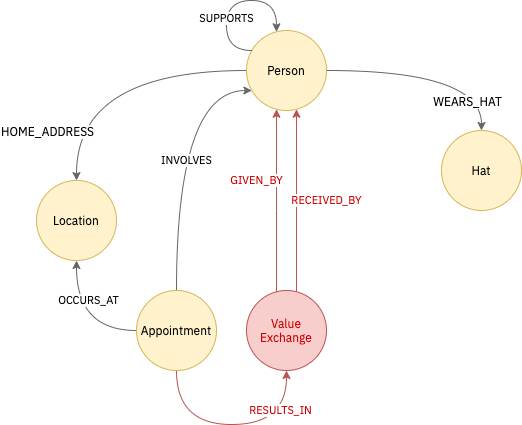
Earlier version of the draw.io export .gitbook/assets/graph-schema-overview.png (equalcarecoop/eccoo-tech-docs). Source tidied: cells renumbered, new cells last; positions are measured from the earlier drawing's top-left corner, leaving out a move shared by most shapes.
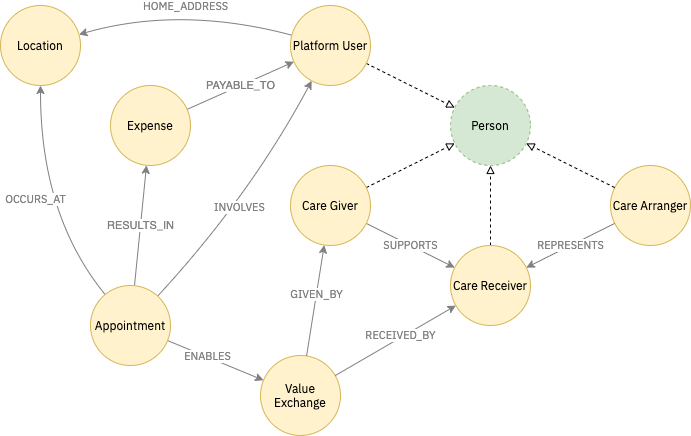
The same file after the commit.

Commit message:
GitBook: [master] 49 pages and one asset modified

Diff of the diagram source:
```diff
@@ -2,78 +2,86 @@
   <root>
     <mxCell id="0" />
     <mxCell id="1" parent="0" />
-    <mxCell id="2" style="edgeStyle=orthogonalEdgeStyle;jettySize=auto;html=1;curved=1;fontFamily=IBM Plex Sans;fillColor=#f5f5f5;strokeColor=#666666;" parent="1" edge="1" source="6" target="7">
-      <mxGeometry relative="1" as="geometry" />
-    </mxCell>
-    <mxCell id="3" value="WEARS_HAT" style="text;html=1;align=center;verticalAlign=middle;labelBackgroundColor=#ffffff;fontFamily=IBM Plex Sans;" parent="2" vertex="1">
-      <mxGeometry x="-0.01" y="-63" relative="1" as="geometry">
-        <mxPoint x="34" y="-33" as="offset" />
-      </mxGeometry>
-    </mxCell>
-    <mxCell id="4" style="edgeStyle=orthogonalEdgeStyle;curved=1;jettySize=auto;html=1;fontFamily=IBM Plex Sans;fillColor=#f5f5f5;strokeColor=#666666;" parent="1" edge="1" source="6" target="13">
-      <mxGeometry relative="1" as="geometry" />
+    <mxCell id="4" value="HOME_ADDRESS" style="jettySize=auto;html=1;fontFamily=IBM Plex Sans;fillColor=#f5f5f5;strokeColor=#808080;curved=1;fontColor=#808080;" parent="1" edge="1" source="7" target="13">
+      <mxGeometry relative="1" as="geometry">
+        <Array as="points">
+          <mxPoint x="200" />
+        </Array>
+      </mxGeometry>
     </mxCell>
-    <mxCell id="5" value="HOME_ADDRESS" style="text;html=1;align=center;verticalAlign=middle;labelBackgroundColor=#ffffff;fontFamily=IBM Plex Sans;" parent="4" vertex="1">
-      <mxGeometry x="-0.1" y="17" relative="1" as="geometry">
-        <mxPoint x="-74" y="43" as="offset" />
-      </mxGeometry>
-    </mxCell>
-    <mxCell id="6" value="Person" style="ellipse;whiteSpace=wrap;html=1;fontFamily=IBM Plex Sans;FType=g;fillColor=#fff2cc;strokeColor=#d6b656;" parent="1" vertex="1">
-      <mxGeometry x="210" y="30" width="80" height="80" as="geometry" />
-    </mxCell>
+    <mxCell id="17" style="jettySize=auto;html=1;endArrow=block;endFill=0;dashed=1;" parent="1" edge="1" source="7" target="22">
+      <mxGeometry relative="1" as="geometry" />
+    </mxCell>
+    <mxCell id="18" style="jettySize=auto;html=1;endArrow=block;endFill=0;dashed=1;" parent="1" edge="1" source="6" target="22">
+      <mxGeometry relative="1" as="geometry" />
+    </mxCell>
-    <mxCell id="7" value="Hat" style="ellipse;whiteSpace=wrap;html=1;fontFamily=IBM Plex Sans;FType=g;fillColor=#fff2cc;strokeColor=#d6b656;" parent="1" vertex="1">
-      <mxGeometry x="405" y="130" width="80" height="80" as="geometry" />
+    <mxCell id="7" value="Platform User" style="ellipse;whiteSpace=wrap;html=1;fontFamily=IBM Plex Sans;FType=g;fillColor=#fff2cc;strokeColor=#d6b656;" parent="1" vertex="1">
+      <mxGeometry x="310" width="80" height="80" as="geometry" />
     </mxCell>
-    <mxCell id="8" value="Value Exchange" style="ellipse;whiteSpace=wrap;html=1;fontFamily=IBM Plex Sans;FType=g;fillColor=#f8cecc;strokeColor=#b85450;fontColor=#CC0000;" parent="1" vertex="1">
-      <mxGeometry x="210" y="290" width="80" height="80" as="geometry" />
+    <mxCell id="8" value="Value Exchange" style="ellipse;whiteSpace=wrap;html=1;fontFamily=IBM Plex Sans;FType=g;fillColor=#fff2cc;strokeColor=#d6b656;" parent="1" vertex="1">
+      <mxGeometry x="280" y="350" width="80" height="80" as="geometry" />
     </mxCell>
-    <mxCell id="9" value="OCCURS_AT" style="edgeStyle=orthogonalEdgeStyle;curved=1;jettySize=auto;html=1;fontFamily=IBM Plex Sans;fillColor=#f5f5f5;strokeColor=#666666;" parent="1" edge="1" source="12" target="13">
-      <mxGeometry x="-0.26" y="-30" relative="1" as="geometry" />
+    <mxCell id="9" value="OCCURS_AT" style="jettySize=auto;html=1;fontFamily=IBM Plex Sans;fillColor=#f5f5f5;strokeColor=#808080;curved=1;fontColor=#808080;" parent="1" edge="1" source="12" target="13">
+      <mxGeometry x="0.01" y="5" relative="1" as="geometry">
+        <Array as="points">
+          <mxPoint x="60" y="210" />
+        </Array>
+      </mxGeometry>
     </mxCell>
-    <mxCell id="10" value="INVOLVES" style="edgeStyle=orthogonalEdgeStyle;curved=1;jettySize=auto;html=1;fontFamily=IBM Plex Sans;fillColor=#f5f5f5;strokeColor=#666666;" parent="1" edge="1" source="12" target="6">
-      <mxGeometry x="-0.06" y="-10" relative="1" as="geometry">
+    <mxCell id="10" value="INVOLVES" style="jettySize=auto;html=1;fontFamily=IBM Plex Sans;fillColor=#f5f5f5;strokeColor=#808080;curved=1;fontColor=#808080;" parent="1" edge="1" source="12" target="7">
+      <mxGeometry x="-0.1" relative="1" as="geometry">
         <Array as="points">
-          <mxPoint x="140" y="90" />
+          <mxPoint x="270" y="190" />
         </Array>
       </mxGeometry>
     </mxCell>
-    <mxCell id="11" value="RESULTS_IN" style="edgeStyle=orthogonalEdgeStyle;curved=1;jettySize=auto;html=1;fontFamily=IBM Plex Sans;fillColor=#f8cecc;strokeColor=#b85450;fontColor=#CC0000;" parent="1" edge="1" source="12" target="8">
-      <mxGeometry x="0.45" y="14" relative="1" as="geometry">
-        <Array as="points">
-          <mxPoint x="140" y="424" />
-        </Array>
-      </mxGeometry>
+    <mxCell id="11" value="ENABLES" style="jettySize=auto;html=1;fontFamily=IBM Plex Sans;fillColor=#f8cecc;strokeColor=#808080;fontColor=#808080;" parent="1" edge="1" source="12" target="8">
+      <mxGeometry x="-0.17" y="1" relative="1" as="geometry" />
     </mxCell>
+    <mxCell id="19" value="RESULTS_IN" style="jettySize=auto;html=1;endArrow=classic;endFill=1;strokeColor=#808080;fontColor=#808080;" parent="1" edge="1" source="12" target="24">
+      <mxGeometry relative="1" as="geometry" />
+    </mxCell>
     <mxCell id="12" value="Appointment" style="ellipse;whiteSpace=wrap;html=1;fontFamily=IBM Plex Sans;FType=g;fillColor=#fff2cc;strokeColor=#d6b656;" parent="1" vertex="1">
-      <mxGeometry x="100" y="290" width="80" height="80" as="geometry" />
+      <mxGeometry x="110" y="280" width="80" height="80" as="geometry" />
     </mxCell>
     <mxCell id="13" value="Location" style="ellipse;whiteSpace=wrap;html=1;fontFamily=IBM Plex Sans;FType=g;fillColor=#fff2cc;strokeColor=#d6b656;" parent="1" vertex="1">
-      <mxGeometry y="180" width="80" height="80" as="geometry" />
+      <mxGeometry x="20" width="80" height="80" as="geometry" />
     </mxCell>
-    <mxCell id="14" value="SUPPORTS" style="edgeStyle=orthogonalEdgeStyle;curved=1;orthogonalLoop=1;jettySize=auto;html=1;fontFamily=IBM Plex Sans;fillColor=#f5f5f5;strokeColor=#666666;" parent="1" edge="1" source="6" target="6">
-      <mxGeometry x="-0.27" relative="1" as="geometry">
-        <Array as="points">
-          <mxPoint x="190" y="50" />
-          <mxPoint x="190" />
-          <mxPoint x="240" />
-        </Array>
-      </mxGeometry>
+    <mxCell id="14" value="SUPPORTS" style="jettySize=auto;html=1;fontFamily=IBM Plex Sans;fillColor=#f5f5f5;strokeColor=#808080;fontColor=#808080;" parent="1" edge="1" source="6" target="21">
+      <mxGeometry relative="1" as="geometry" />
     </mxCell>
-    <mxCell id="15" value="GIVEN_BY" style="edgeStyle=orthogonalEdgeStyle;curved=1;jettySize=auto;html=1;fontFamily=IBM Plex Sans;fillColor=#f8cecc;strokeColor=#b85450;fontColor=#CC0000;" parent="1" edge="1" source="8" target="6">
-      <mxGeometry x="0.22" y="20" relative="1" as="geometry">
-        <Array as="points">
-          <mxPoint x="240" y="210" />
-          <mxPoint x="240" y="210" />
-        </Array>
-      </mxGeometry>
+    <mxCell id="15" value="GIVEN_BY" style="jettySize=auto;html=1;fontFamily=IBM Plex Sans;fillColor=#f8cecc;strokeColor=#808080;fontColor=#808080;" parent="1" edge="1" source="8" target="6">
+      <mxGeometry x="0.1" relative="1" as="geometry" />
     </mxCell>
+    <mxCell id="20" style="jettySize=auto;html=1;endArrow=block;endFill=0;dashed=1;" parent="1" edge="1" source="21" target="22">
+      <mxGeometry relative="1" as="geometry" />
+    </mxCell>
+    <mxCell id="21" value="Care Receiver" style="ellipse;whiteSpace=wrap;html=1;fontFamily=IBM Plex Sans;FType=g;fillColor=#fff2cc;strokeColor=#d6b656;" parent="1" vertex="1">
+      <mxGeometry x="470" y="240" width="80" height="80" as="geometry" />
+    </mxCell>
+    <mxCell id="22" value="Person" style="ellipse;whiteSpace=wrap;html=1;fontFamily=IBM Plex Sans;FType=g;fillColor=#d5e8d4;strokeColor=#82b366;dashed=1;" parent="1" vertex="1">
+      <mxGeometry x="470" y="80" width="80" height="80" as="geometry" />
+    </mxCell>
+    <mxCell id="23" value="PAYABLE_TO" style="jettySize=auto;html=1;endArrow=classic;endFill=1;strokeColor=#808080;fontColor=#808080;" parent="1" edge="1" source="24" target="7">
+      <mxGeometry relative="1" as="geometry" />
+    </mxCell>
+    <mxCell id="24" value="Expense" style="ellipse;whiteSpace=wrap;html=1;fontFamily=IBM Plex Sans;FType=g;fillColor=#fff2cc;strokeColor=#d6b656;" parent="1" vertex="1">
+      <mxGeometry x="130" y="80" width="80" height="80" as="geometry" />
+    </mxCell>
+    <mxCell id="6" value="Care Giver" style="ellipse;whiteSpace=wrap;html=1;fontFamily=IBM Plex Sans;FType=g;fillColor=#fff2cc;strokeColor=#d6b656;" parent="1" vertex="1">
+      <mxGeometry x="310" y="160" width="80" height="80" as="geometry" />
+    </mxCell>
-    <mxCell id="16" value="RECEIVED_BY" style="edgeStyle=orthogonalEdgeStyle;curved=1;jettySize=auto;html=1;fontFamily=IBM Plex Sans;fillColor=#f8cecc;strokeColor=#b85450;fontColor=#CC0000;" parent="1" edge="1" source="8" target="6">
-      <mxGeometry y="-30" relative="1" as="geometry">
-        <Array as="points">
-          <mxPoint x="260" y="200" />
-          <mxPoint x="260" y="200" />
-        </Array>
-      </mxGeometry>
+    <mxCell id="16" value="RECEIVED_BY" style="jettySize=auto;html=1;fontFamily=IBM Plex Sans;fillColor=#f8cecc;strokeColor=#808080;fontColor=#808080;" parent="1" edge="1" source="8" target="21">
+      <mxGeometry x="0.1" y="2" relative="1" as="geometry" />
     </mxCell>
+    <mxCell id="25" value="Care Arranger" style="ellipse;whiteSpace=wrap;html=1;fontFamily=IBM Plex Sans;FType=g;fillColor=#fff2cc;strokeColor=#d6b656;" parent="1" vertex="1">
+      <mxGeometry x="630" y="160" width="80" height="80" as="geometry" />
+    </mxCell>
+    <mxCell id="26" style="jettySize=auto;html=1;endArrow=block;endFill=0;dashed=1;" parent="1" edge="1" source="25" target="22">
+      <mxGeometry relative="1" as="geometry" />
+    </mxCell>
+    <mxCell id="27" value="REPRESENTS" style="jettySize=auto;html=1;fontFamily=IBM Plex Sans;fillColor=#f5f5f5;strokeColor=#808080;fontColor=#808080;" parent="1" edge="1" source="25" target="21">
+      <mxGeometry relative="1" as="geometry" />
+    </mxCell>
   </root>
 </mxGraphModel>
```
